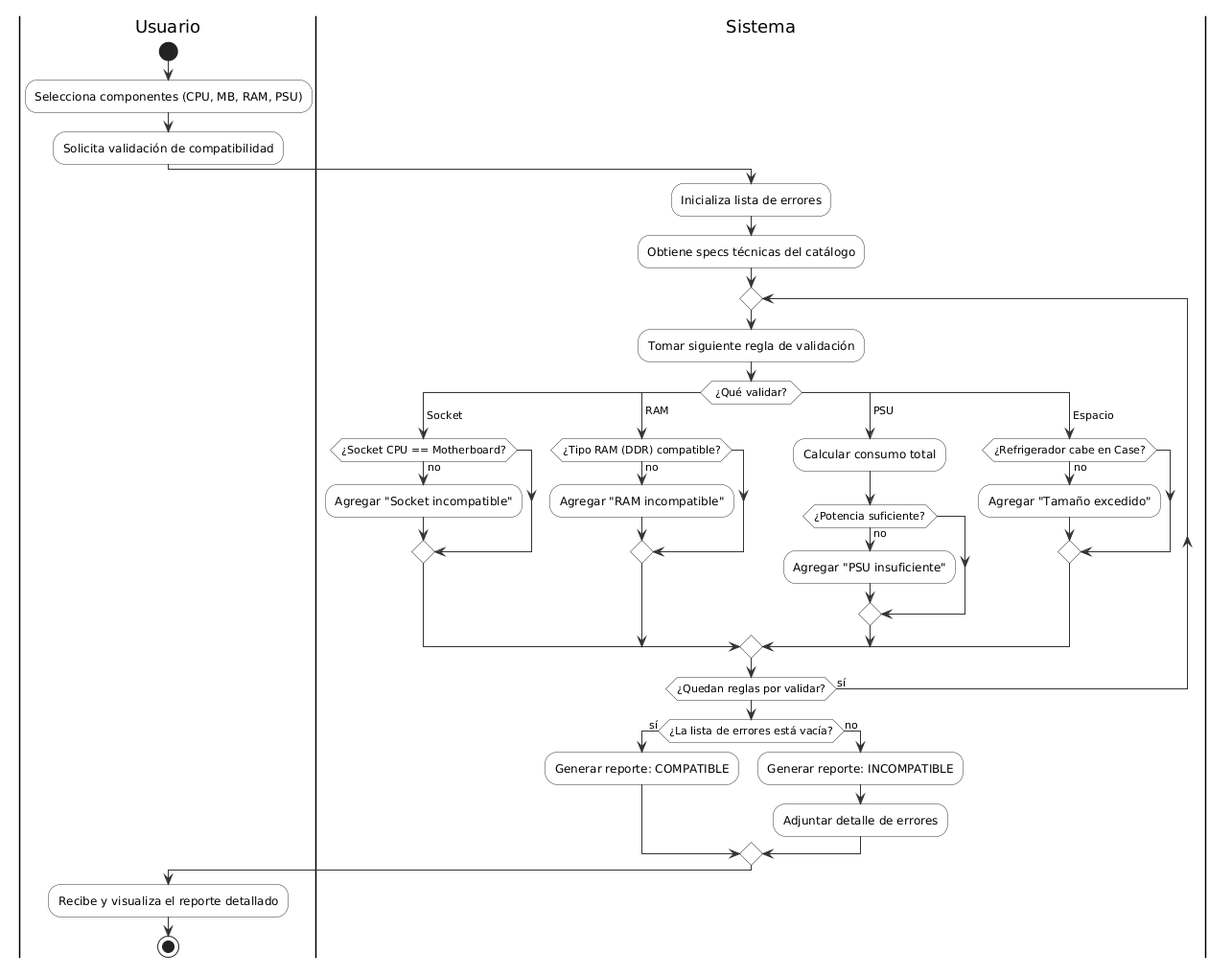
Before: docs/05-diagramas/01-diagrama-de-actividades/actividad-flujo-3-compatibilidad.png, a diagram exported from PlantUML (GonzaloBarbano/E-commerce).
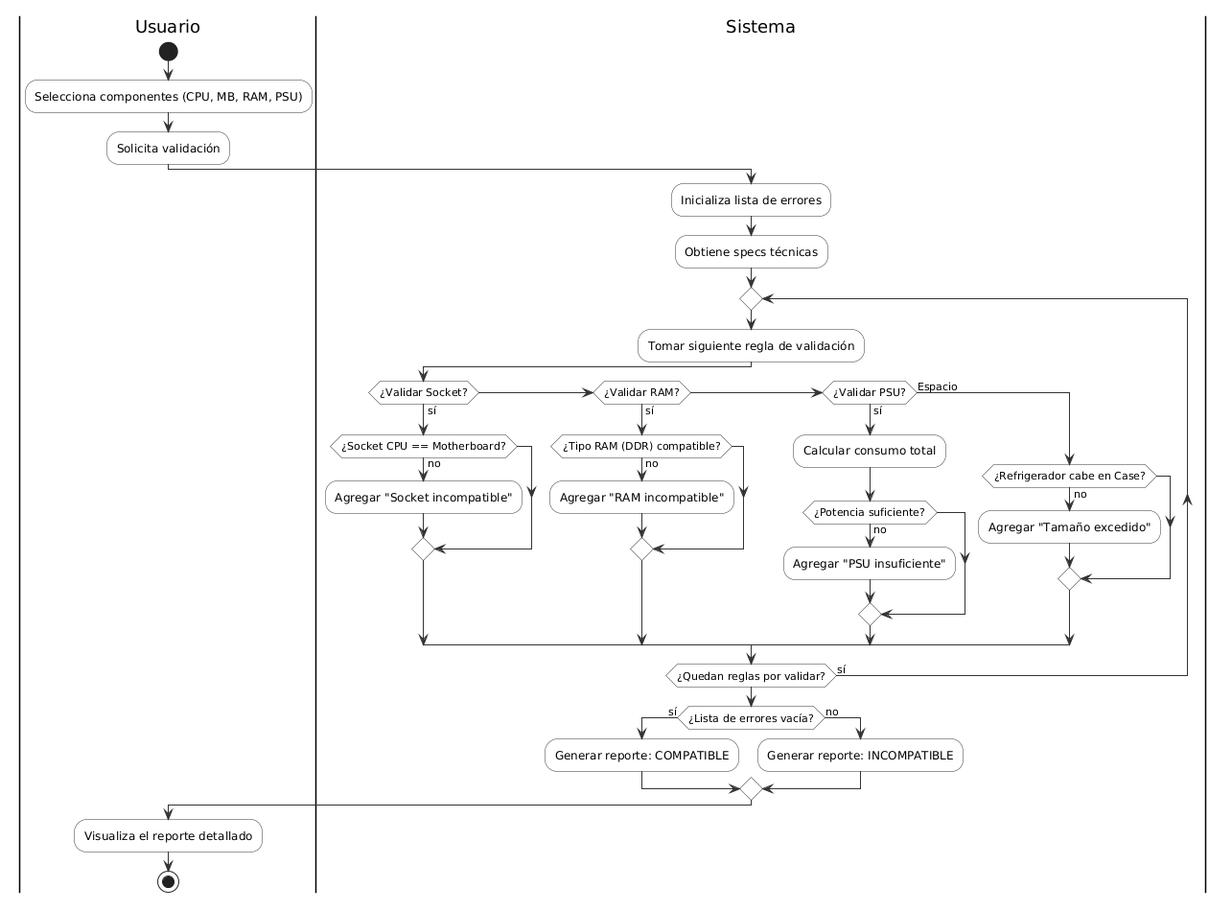
After the change.

The edit, as a diff of the source:
```diff
@@ -6,43 +6,41 @@
 |Usuario|
 start
 :Selecciona componentes (CPU, MB, RAM, PSU);
-:Solicita validación de compatibilidad;
+:Solicita validación;
 
 |Sistema|
 :Inicializa lista de errores;
-:Obtiene specs técnicas del catálogo;
+:Obtiene specs técnicas;
 
 repeat
   :Tomar siguiente regla de validación;
-  switch ( ¿Qué validar? )
-    case ( Socket )
-      if (¿Socket CPU == Motherboard?) then (no)
-        :Agregar "Socket incompatible";
-      endif
-    case ( RAM )
-      if (¿Tipo RAM (DDR) compatible?) then (no)
-        :Agregar "RAM incompatible";
-      endif
-    case ( PSU )
-      :Calcular consumo total;
-      if (¿Potencia suficiente?) then (no)
-        :Agregar "PSU insuficiente";
-      endif
-    case ( Espacio )
-      if (¿Refrigerador cabe en Case?) then (no)
-        :Agregar "Tamaño excedido";
-      endif
-  endswitch
+  if (¿Validar Socket?) then (sí)
+    if (¿Socket CPU == Motherboard?) then (no)
+      :Agregar "Socket incompatible";
+    endif
+  elseif (¿Validar RAM?) then (sí)
+    if (¿Tipo RAM (DDR) compatible?) then (no)
+      :Agregar "RAM incompatible";
+    endif
+  elseif (¿Validar PSU?) then (sí)
+    :Calcular consumo total;
+    if (¿Potencia suficiente?) then (no)
+      :Agregar "PSU insuficiente";
+    endif
+  else (Espacio)
+    if (¿Refrigerador cabe en Case?) then (no)
+      :Agregar "Tamaño excedido";
+    endif
+  endif
 repeat while (¿Quedan reglas por validar?) is (sí)
 
-if (¿La lista de errores está vacía?) then (sí)
+if (¿Lista de errores vacía?) then (sí)
   :Generar reporte: COMPATIBLE;
 else (no)
   :Generar reporte: INCOMPATIBLE;
-  :Adjuntar detalle de errores;
 endif
 
 |Usuario|
-:Recibe y visualiza el reporte detallado;
+:Visualiza el reporte detallado;
 stop
 @enduml
```
